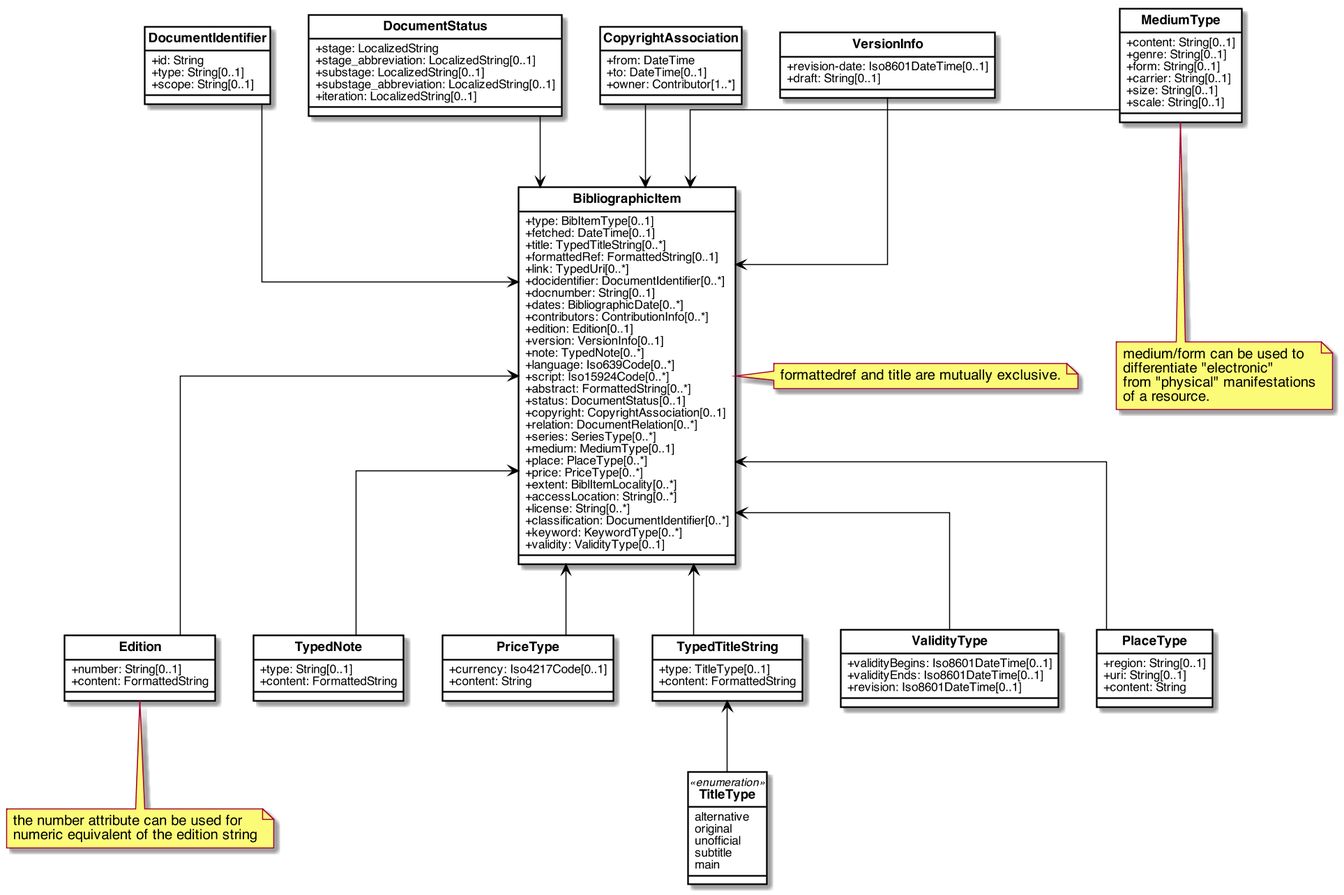
Earlier version of the PlantUML export images/RelBib_BibliographicItem.png (relaton/relaton-models).
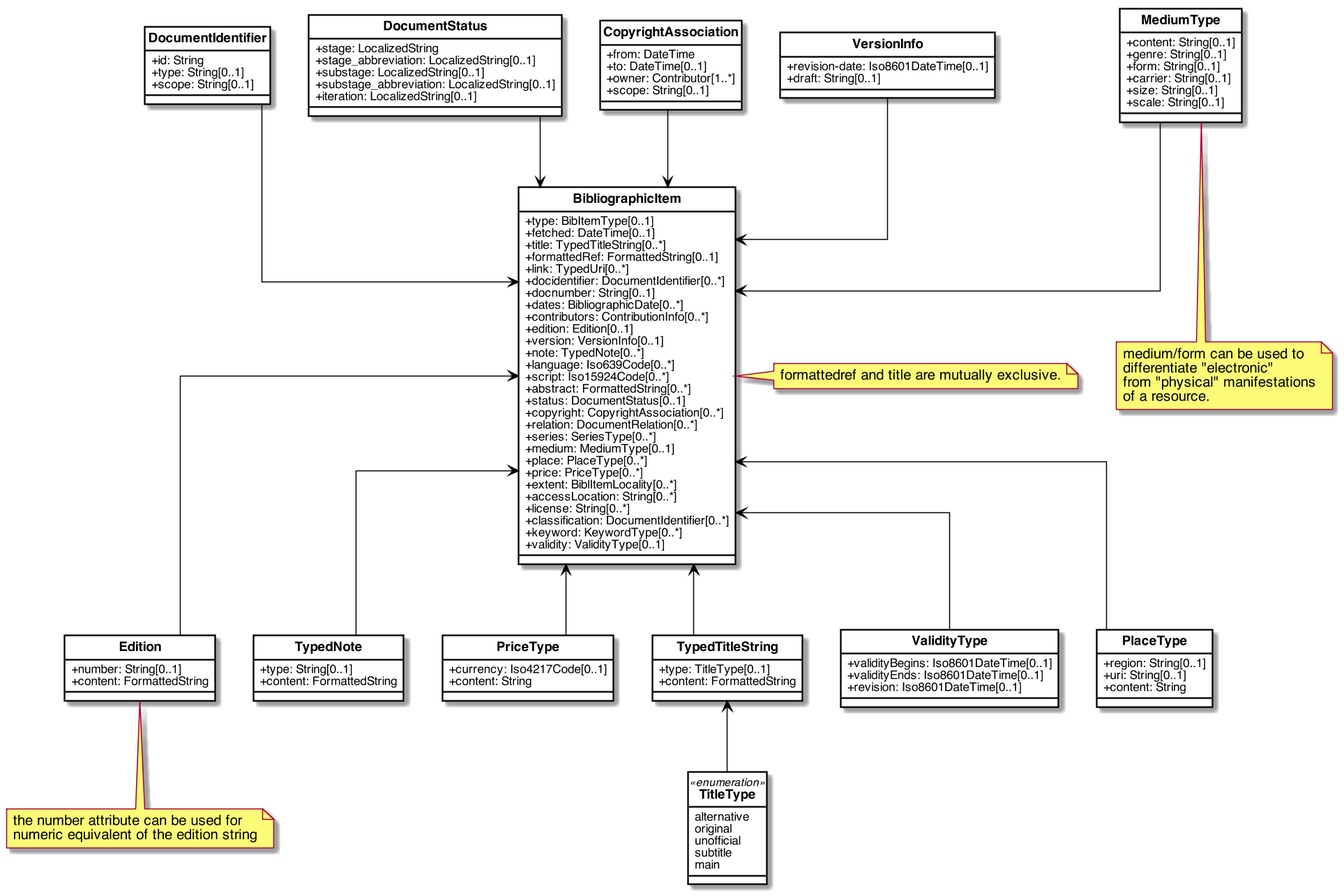
After the change.

Commit message:
copyright modelling: https://github.com/relaton/relaton-data-iho/issues/4

Diff of the diagram source:
```diff
@@ -58,7 +58,7 @@
     +script: Iso15924Code[0..*]
     +abstract: FormattedString[0..*]
     +status: DocumentStatus[0..1]
-    +copyright: CopyrightAssociation[0..1]
+    +copyright: CopyrightAssociation[0..*]
     +relation: DocumentRelation[0..*]
     +series: SeriesType[0..*]
     +medium: MediumType[0..1]
@@ -100,6 +100,7 @@
     +from: DateTime
     +to: DateTime[0..1]
     +owner: Contributor[1..*]
+    +scope: String[0..1]
 }
 
 class MediumType{
```
